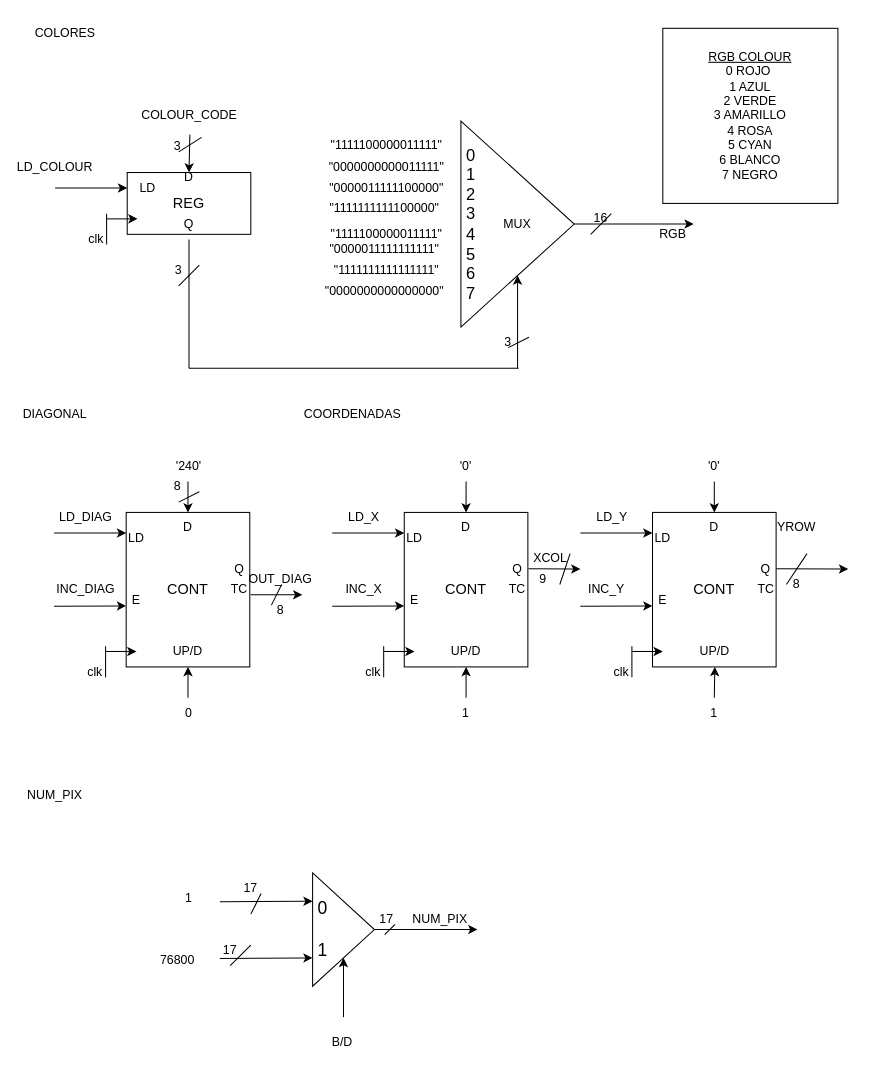
This is Proyecto/Diseños/Lcd_draw_up.drawio from marcosChoucino/SIstemasDigitales, a draw.io file, before an edit. Source tidied: cells renumbered, new cells numbered last; positions are measured from the earlier drawing's top-left corner, leaving out a move shared by most shapes. Both pictures are drawn from the tidied source at 103%, with x=0, y=0 at pixel (24, 18).
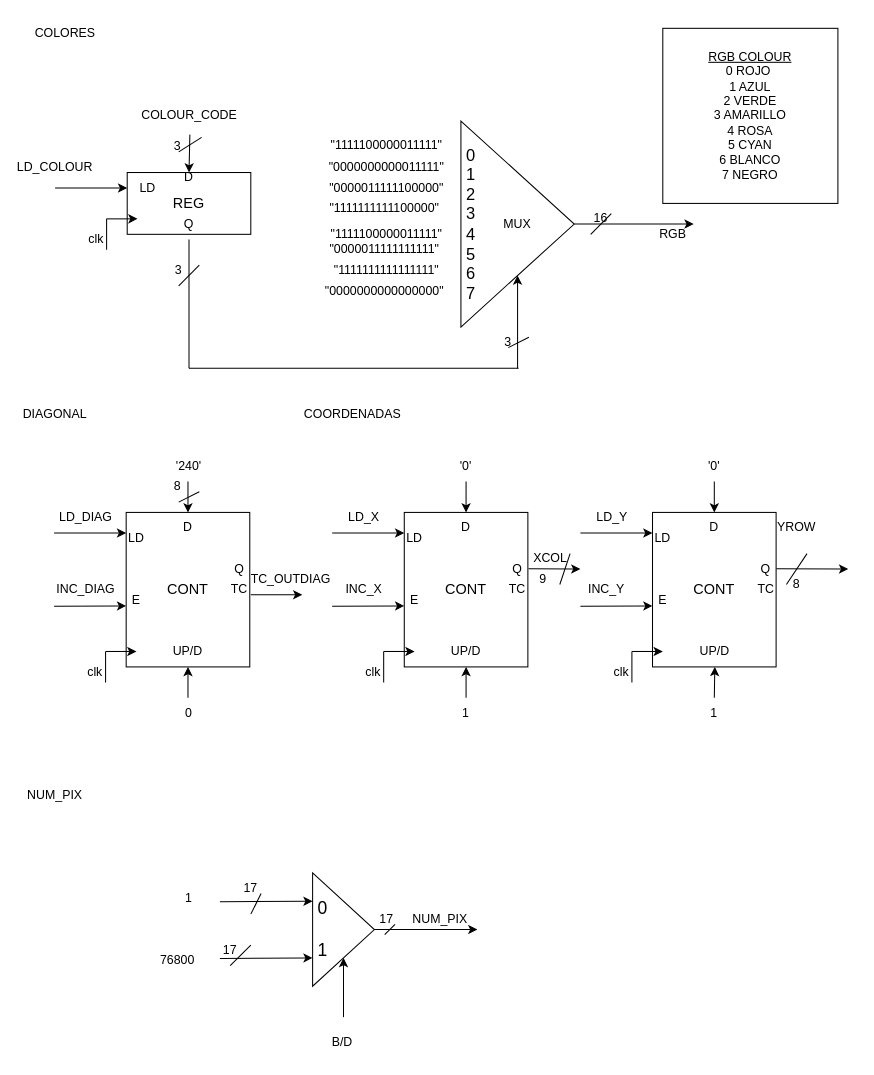
After the change.

What changed in the source:
```diff
@@
     <mxCell id="13" style="endArrow=none;html=1;rounded=0;" parent="1" edge="1">
       <mxGeometry relative="1" as="geometry">
-        <mxPoint x="80" y="190" as="sourcePoint" />
-        <mxPoint x="80" y="220" as="targetPoint" />
+        <mxPoint x="80" y="195" as="sourcePoint" />
+        <mxPoint x="80" y="225" as="targetPoint" />
       </mxGeometry>
     </mxCell>
@@
     <mxCell id="35" style="endArrow=none;html=1;rounded=0;" parent="1" edge="1">
       <mxGeometry relative="1" as="geometry">
-        <mxPoint x="79" y="610" as="sourcePoint" />
-        <mxPoint x="79" y="640" as="targetPoint" />
+        <mxPoint x="79" y="615" as="sourcePoint" />
+        <mxPoint x="79" y="645" as="targetPoint" />
       </mxGeometry>
     </mxCell>
@@
     <mxCell id="50" style="endArrow=none;html=1;rounded=0;" parent="1" edge="1">
       <mxGeometry relative="1" as="geometry">
-        <mxPoint x="349" y="610" as="sourcePoint" />
-        <mxPoint x="349" y="640" as="targetPoint" />
+        <mxPoint x="349" y="615" as="sourcePoint" />
+        <mxPoint x="349" y="645" as="targetPoint" />
       </mxGeometry>
     </mxCell>
@@
     <mxCell id="65" style="endArrow=none;html=1;rounded=0;" parent="1" edge="1">
       <mxGeometry relative="1" as="geometry">
-        <mxPoint x="590" y="610" as="sourcePoint" />
-        <mxPoint x="590" y="640" as="targetPoint" />
+        <mxPoint x="590" y="615" as="sourcePoint" />
+        <mxPoint x="590" y="645" as="targetPoint" />
+        <Array as="points">
+          <mxPoint x="590" y="645" />
+        </Array>
       </mxGeometry>
     </mxCell>
@@
-    <mxCell id="89" value="OUT_DIAG" style="text;html=1;strokeColor=none;fillColor=none;align=center;verticalAlign=middle;whiteSpace=wrap;rounded=0;" parent="1" vertex="1">
-      <mxGeometry x="219" y="530" width="60" height="30" as="geometry" />
+    <mxCell id="89" value="TC_OUTDIAG" style="text;html=1;strokeColor=none;fillColor=none;align=center;verticalAlign=middle;whiteSpace=wrap;rounded=0;" parent="1" vertex="1">
+      <mxGeometry x="229" y="530" width="60" height="30" as="geometry" />
     </mxCell>
@@
-    <mxCell id="126" style="endArrow=none;html=1;rounded=0;" parent="1" edge="1">
-      <mxGeometry relative="1" as="geometry">
-        <mxPoint x="240" y="570" as="sourcePoint" />
-        <mxPoint x="250" y="550" as="targetPoint" />
-      </mxGeometry>
-    </mxCell>
@@
-    <mxCell id="129" value="8" style="text;html=1;strokeColor=none;fillColor=none;align=center;verticalAlign=middle;whiteSpace=wrap;rounded=0;" parent="1" vertex="1">
-      <mxGeometry x="219" y="560" width="60" height="30" as="geometry" />
-    </mxCell>
```
